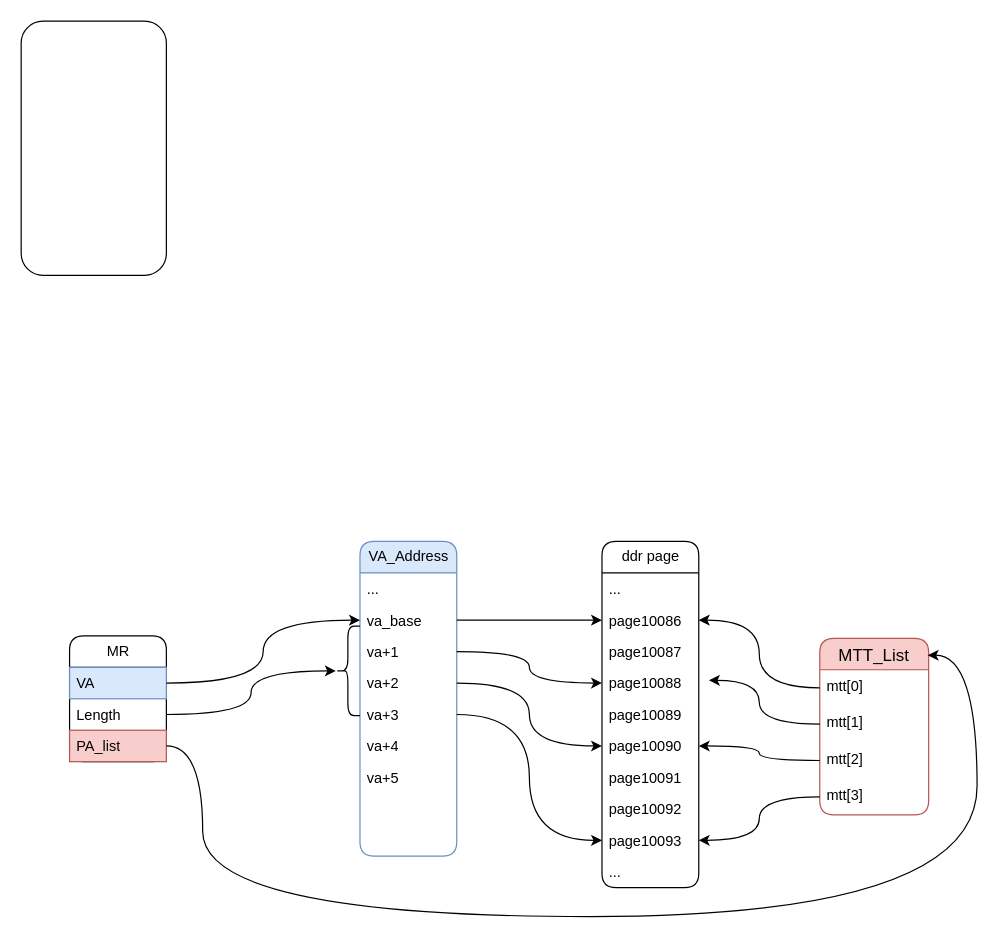
The draw.io diagram RDMA.drawio in raykwok1150/draw.io, before the edit. Source tidied: cells renumbered, new cells numbered last; positions are measured from the earlier drawing's top-left corner, leaving out a move shared by most shapes. Both pictures are drawn from the tidied source at 121%, with x=0, y=0 at pixel (21, 21).
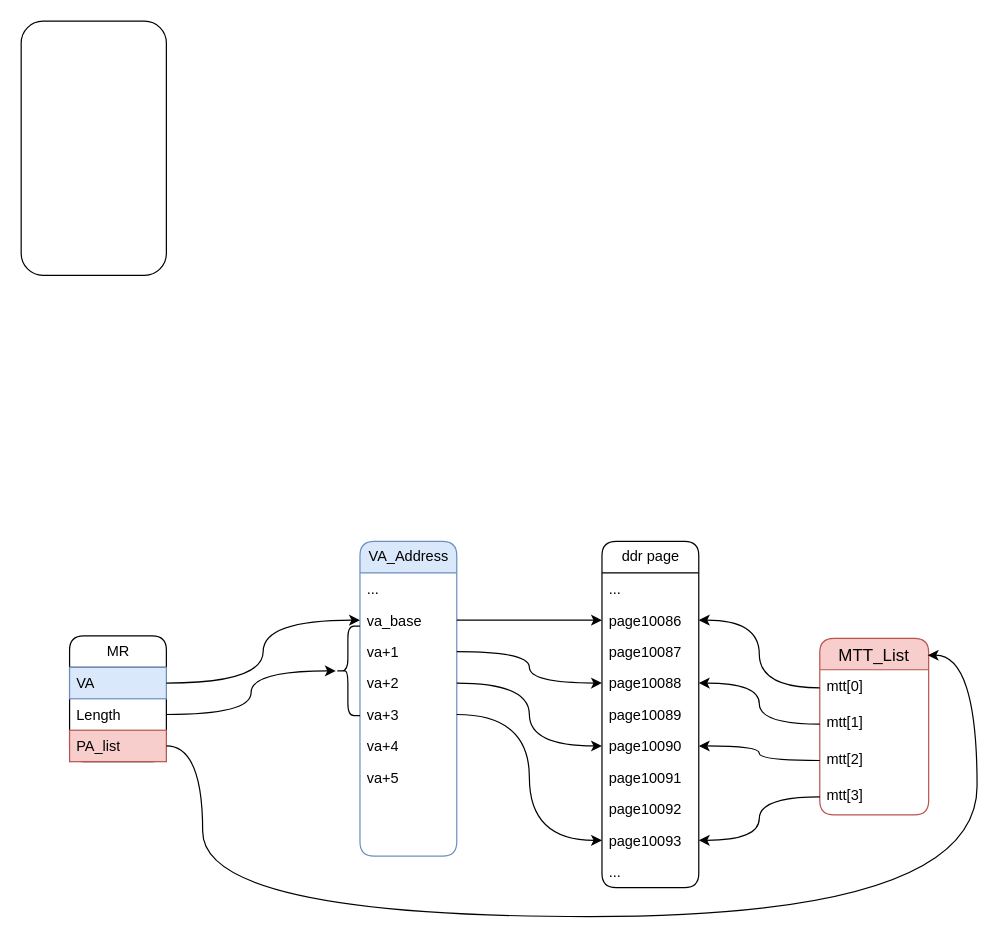
The same diagram, later.

The change refers to these unchanged cells:
```xml
<mxCell id="21" value="page10088" style="text;strokeColor=none;fillColor=none;align=left;verticalAlign=top;spacingLeft=4;spacingRight=4;overflow=hidden;points=[[0,0.5],[1,0.5]];portConstraint=eastwest;whiteSpace=wrap;html=1;" parent="17" vertex="1">
  <mxGeometry y="104" width="80" height="26" as="geometry" />
</mxCell>
<mxCell id="37" value="mtt[1]" style="text;strokeColor=none;fillColor=none;spacingLeft=4;spacingRight=4;overflow=hidden;points=[[0,0.5],[1,0.5]];portConstraint=eastwest;fontSize=12;whiteSpace=wrap;html=1;" parent="35" vertex="1">
  <mxGeometry y="56" width="90" height="30" as="geometry" />
</mxCell>
```

What changed in the source:
```diff
@@
-    <mxCell id="41" style="edgeStyle=orthogonalEdgeStyle;rounded=0;jettySize=auto;html=1;exitX=0;exitY=0.5;exitDx=0;exitDy=0;entryX=1.105;entryY=0.415;entryDx=0;entryDy=0;entryPerimeter=0;curved=1;" parent="1" edge="1" source="37" target="21">
+    <mxCell id="41" style="edgeStyle=orthogonalEdgeStyle;rounded=0;jettySize=auto;html=1;exitX=0;exitY=0.5;exitDx=0;exitDy=0;entryX=1;entryY=0.5;entryDx=0;entryDy=0;curved=1;" parent="1" edge="1" source="37" target="21">
       <mxGeometry relative="1" as="geometry" />
     </mxCell>
```
